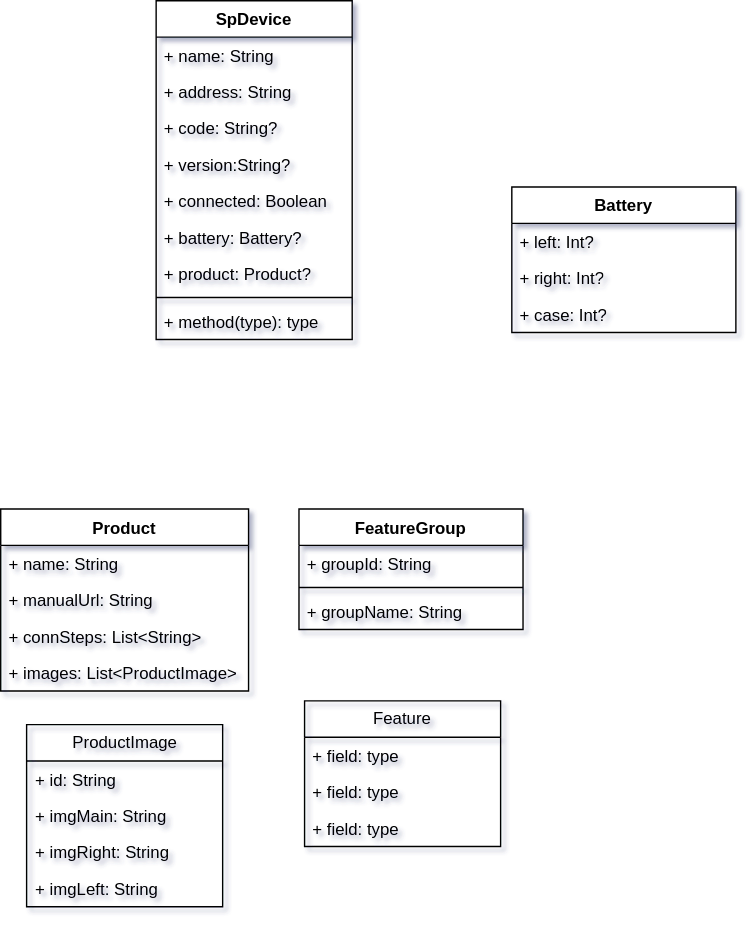
Above: 未命名绘图.drawio.svg in kekemao00/draw-libs (draw.io), before the change. Source tidied: cells renumbered, new cells last; positions are measured from the earlier drawing's top-left corner, leaving out a move shared by most shapes.
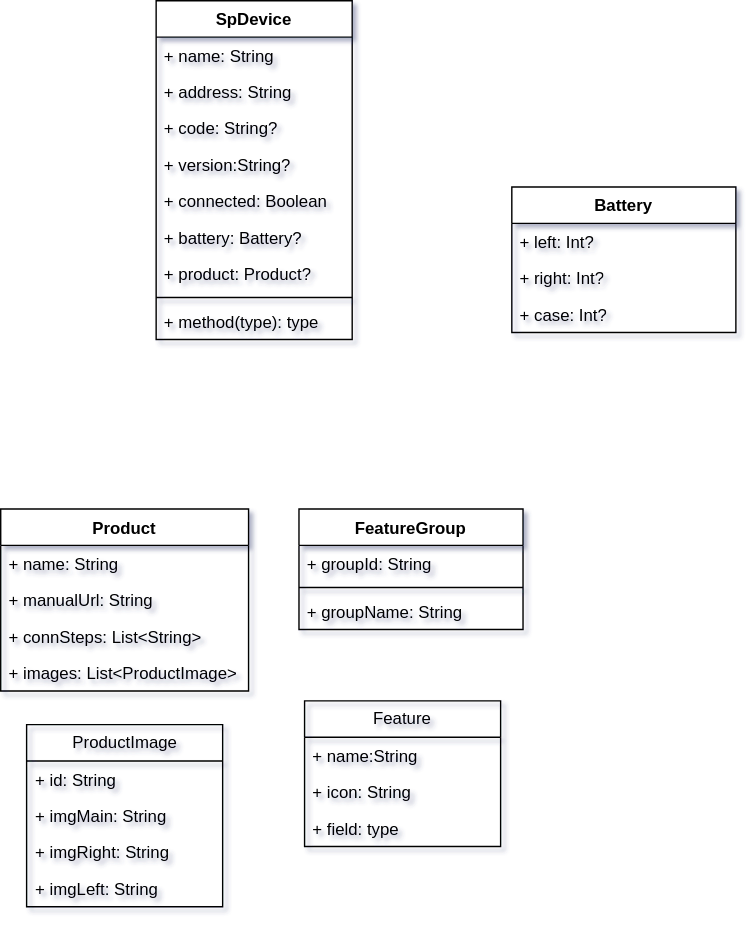
The same file after the commit.

Commit message:
更新未命名绘图.drawio.svg

The edit, as a diff of the source:
```diff
@@ -89,10 +89,10 @@
     <mxCell id="30" value="Feature" style="swimlane;fontStyle=0;horizontal=1;startSize=26;fillColor=none;whiteSpace=wrap;html=1;" parent="1" vertex="1">
       <mxGeometry x="217" y="500" width="140" height="104" as="geometry" />
     </mxCell>
-    <mxCell id="31" value="+ field: type" style="text;strokeColor=none;fillColor=none;align=left;verticalAlign=top;spacingLeft=4;spacingRight=4;overflow=hidden;whiteSpace=wrap;html=1;" parent="30" vertex="1">
+    <mxCell id="31" value="+ name:String&amp;nbsp;" style="text;strokeColor=none;fillColor=none;align=left;verticalAlign=top;spacingLeft=4;spacingRight=4;overflow=hidden;whiteSpace=wrap;html=1;" parent="30" vertex="1">
       <mxGeometry y="26" width="140" height="26" as="geometry" />
     </mxCell>
-    <mxCell id="32" value="+ field: type" style="text;strokeColor=none;fillColor=none;align=left;verticalAlign=top;spacingLeft=4;spacingRight=4;overflow=hidden;whiteSpace=wrap;html=1;" parent="30" vertex="1">
+    <mxCell id="32" value="+ icon: String" style="text;strokeColor=none;fillColor=none;align=left;verticalAlign=top;spacingLeft=4;spacingRight=4;overflow=hidden;whiteSpace=wrap;html=1;" parent="30" vertex="1">
       <mxGeometry y="52" width="140" height="26" as="geometry" />
     </mxCell>
     <mxCell id="33" value="+ field: type" style="text;strokeColor=none;fillColor=none;align=left;verticalAlign=top;spacingLeft=4;spacingRight=4;overflow=hidden;whiteSpace=wrap;html=1;" parent="30" vertex="1">
```
